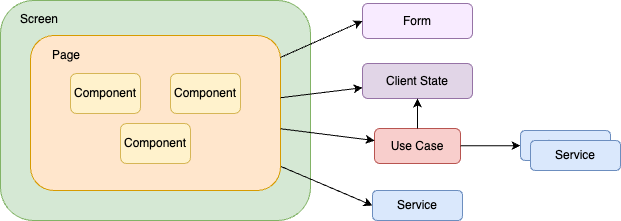
Above: example-app/SantokuApp/.attachments/stereotype.drawio.png in Fintan-contents/mobile-app-crib-notes (draw.io), before the change. Source tidied: cells renumbered, new cells last; positions are measured from the earlier drawing's top-left corner, leaving out a move shared by most shapes. Its diagram source:
```xml
<mxGraphModel>
  <root>
    <mxCell id="0" />
    <mxCell id="1" parent="0" />
    <mxCell id="2" value="Screen" style="rounded=1;whiteSpace=wrap;html=1;align=left;verticalAlign=top;spacingLeft=18;spacingBottom=0;spacingTop=5;fillColor=#d5e8d4;strokeColor=#82b366;" parent="1" vertex="1">
      <mxGeometry width="310" height="220" as="geometry" />
    </mxCell>
    <mxCell id="3" style="edgeStyle=none;rounded=0;jettySize=auto;html=1;entryX=0;entryY=0.5;entryDx=0;entryDy=0;" parent="1" edge="1" source="4" target="18">
      <mxGeometry relative="1" as="geometry" />
    </mxCell>
    <mxCell id="4" value="Page" style="rounded=1;whiteSpace=wrap;html=1;align=left;verticalAlign=top;spacingLeft=20;spacingTop=6;fillColor=#ffe6cc;strokeColor=#d79b00;" parent="1" vertex="1">
      <mxGeometry x="30" y="35" width="250" height="155" as="geometry" />
    </mxCell>
    <mxCell id="5" value="Component" style="rounded=1;whiteSpace=wrap;html=1;fillColor=#fff2cc;strokeColor=#d6b656;" parent="1" vertex="1">
      <mxGeometry x="120" y="123" width="70" height="40" as="geometry" />
    </mxCell>
    <mxCell id="6" value="Component" style="rounded=1;whiteSpace=wrap;html=1;fillColor=#fff2cc;strokeColor=#d6b656;" parent="1" vertex="1">
      <mxGeometry x="170" y="73" width="70" height="40" as="geometry" />
    </mxCell>
    <mxCell id="7" value="Component" style="rounded=1;whiteSpace=wrap;html=1;fillColor=#fff2cc;strokeColor=#d6b656;" parent="1" vertex="1">
      <mxGeometry x="70" y="73" width="70" height="40" as="geometry" />
    </mxCell>
    <mxCell id="8" value="Use Case" style="rounded=1;whiteSpace=wrap;html=1;fillColor=#f8cecc;strokeColor=#b85450;" parent="1" vertex="1">
      <mxGeometry x="374" y="128" width="86" height="35" as="geometry" />
    </mxCell>
    <mxCell id="9" value="Service" style="rounded=1;whiteSpace=wrap;html=1;fillColor=#dae8fc;strokeColor=#6c8ebf;" parent="1" vertex="1">
      <mxGeometry x="520" y="130" width="90" height="30" as="geometry" />
    </mxCell>
    <mxCell id="10" style="endArrow=classic;html=1;rounded=0;" parent="1" edge="1" source="4" target="8">
      <mxGeometry relative="1" as="geometry" />
    </mxCell>
    <mxCell id="11" style="endArrow=classic;html=1;rounded=0;" parent="1" edge="1" source="8" target="9">
      <mxGeometry relative="1" as="geometry" />
    </mxCell>
    <mxCell id="12" value="Client State" style="rounded=1;whiteSpace=wrap;html=1;fillColor=#e1d5e7;strokeColor=#9673a6;" parent="1" vertex="1">
      <mxGeometry x="362" y="63" width="110" height="35" as="geometry" />
    </mxCell>
    <mxCell id="13" style="endArrow=classic;html=1;rounded=0;" parent="1" edge="1" source="8" target="12">
      <mxGeometry relative="1" as="geometry" />
    </mxCell>
    <mxCell id="14" style="endArrow=classic;html=1;rounded=0;" parent="1" edge="1" source="4" target="12">
      <mxGeometry relative="1" as="geometry" />
    </mxCell>
    <mxCell id="15" value="Form" style="rounded=1;whiteSpace=wrap;html=1;fillColor=#F8EBFF;strokeColor=#9673a6;" parent="1" vertex="1">
      <mxGeometry x="362" y="3" width="110" height="35" as="geometry" />
    </mxCell>
    <mxCell id="16" style="endArrow=classic;html=1;rounded=0;entryX=0;entryY=0.5;entryDx=0;entryDy=0;" parent="1" edge="1" source="4" target="15">
      <mxGeometry relative="1" as="geometry" />
    </mxCell>
    <mxCell id="17" value="Service" style="rounded=1;whiteSpace=wrap;html=1;fillColor=#dae8fc;strokeColor=#6c8ebf;" parent="1" vertex="1">
      <mxGeometry x="530" y="140" width="90" height="30" as="geometry" />
    </mxCell>
    <mxCell id="18" value="Service" style="rounded=1;whiteSpace=wrap;html=1;fillColor=#dae8fc;strokeColor=#6c8ebf;" parent="1" vertex="1">
      <mxGeometry x="372" y="190" width="90" height="30" as="geometry" />
    </mxCell>
  </root>
</mxGraphModel>
```
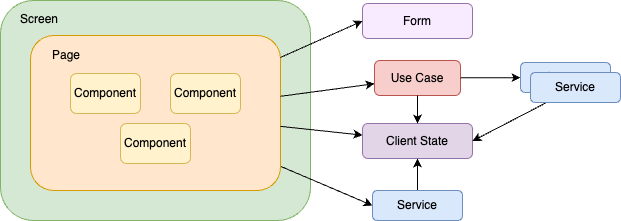
After the change.

Change to the diagram source:
```diff
@@ -21,10 +21,10 @@
       <mxGeometry x="70" y="73" width="70" height="40" as="geometry" />
     </mxCell>
     <mxCell id="8" value="Use Case" style="rounded=1;whiteSpace=wrap;html=1;fillColor=#f8cecc;strokeColor=#b85450;" parent="1" vertex="1">
-      <mxGeometry x="374" y="128" width="86" height="35" as="geometry" />
+      <mxGeometry x="374" y="60" width="86" height="35" as="geometry" />
     </mxCell>
     <mxCell id="9" value="Service" style="rounded=1;whiteSpace=wrap;html=1;fillColor=#dae8fc;strokeColor=#6c8ebf;" parent="1" vertex="1">
-      <mxGeometry x="520" y="130" width="90" height="30" as="geometry" />
+      <mxGeometry x="520" y="62" width="90" height="30" as="geometry" />
     </mxCell>
     <mxCell id="10" style="endArrow=classic;html=1;rounded=0;" parent="1" edge="1" source="4" target="8">
       <mxGeometry relative="1" as="geometry" />
@@ -33,7 +33,7 @@
       <mxGeometry relative="1" as="geometry" />
     </mxCell>
     <mxCell id="12" value="Client State" style="rounded=1;whiteSpace=wrap;html=1;fillColor=#e1d5e7;strokeColor=#9673a6;" parent="1" vertex="1">
-      <mxGeometry x="362" y="63" width="110" height="35" as="geometry" />
+      <mxGeometry x="362" y="123" width="110" height="35" as="geometry" />
     </mxCell>
     <mxCell id="13" style="endArrow=classic;html=1;rounded=0;" parent="1" edge="1" source="8" target="12">
       <mxGeometry relative="1" as="geometry" />
@@ -47,9 +47,15 @@
     <mxCell id="16" style="endArrow=classic;html=1;rounded=0;entryX=0;entryY=0.5;entryDx=0;entryDy=0;" parent="1" edge="1" source="4" target="15">
       <mxGeometry relative="1" as="geometry" />
     </mxCell>
+    <mxCell id="19" style="rounded=0;jettySize=auto;html=1;entryX=1;entryY=0.5;entryDx=0;entryDy=0;" parent="1" edge="1" source="17" target="12">
+      <mxGeometry relative="1" as="geometry" />
+    </mxCell>
     <mxCell id="17" value="Service" style="rounded=1;whiteSpace=wrap;html=1;fillColor=#dae8fc;strokeColor=#6c8ebf;" parent="1" vertex="1">
-      <mxGeometry x="530" y="140" width="90" height="30" as="geometry" />
+      <mxGeometry x="530" y="72" width="90" height="30" as="geometry" />
     </mxCell>
+    <mxCell id="20" style="edgeStyle=orthogonalEdgeStyle;rounded=0;jettySize=auto;html=1;entryX=0.5;entryY=1;entryDx=0;entryDy=0;" parent="1" edge="1" source="18" target="12">
+      <mxGeometry relative="1" as="geometry" />
+    </mxCell>
     <mxCell id="18" value="Service" style="rounded=1;whiteSpace=wrap;html=1;fillColor=#dae8fc;strokeColor=#6c8ebf;" parent="1" vertex="1">
       <mxGeometry x="372" y="190" width="90" height="30" as="geometry" />
     </mxCell>
```
